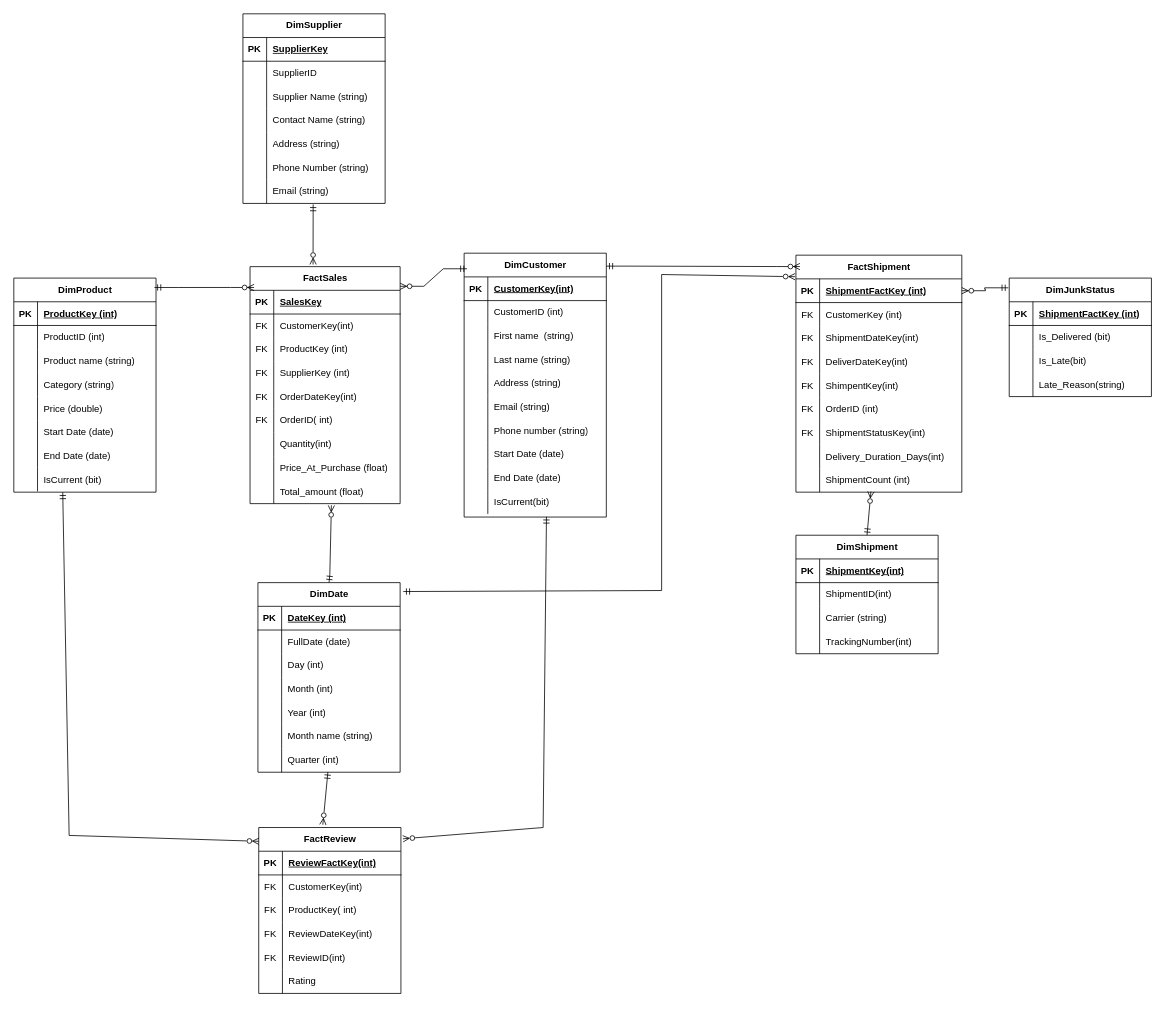
This is Dimension Model/DimensionModel.drawio from Abd-elrahman10/DWH-E-Commerce-Project, a draw.io file, before an edit. Source tidied: cells renumbered, new cells numbered last; positions are measured from the earlier drawing's top-left corner, leaving out a move shared by most shapes. Both pictures are drawn from the tidied source at 79%, with x=0, y=0 at pixel (13, 13).
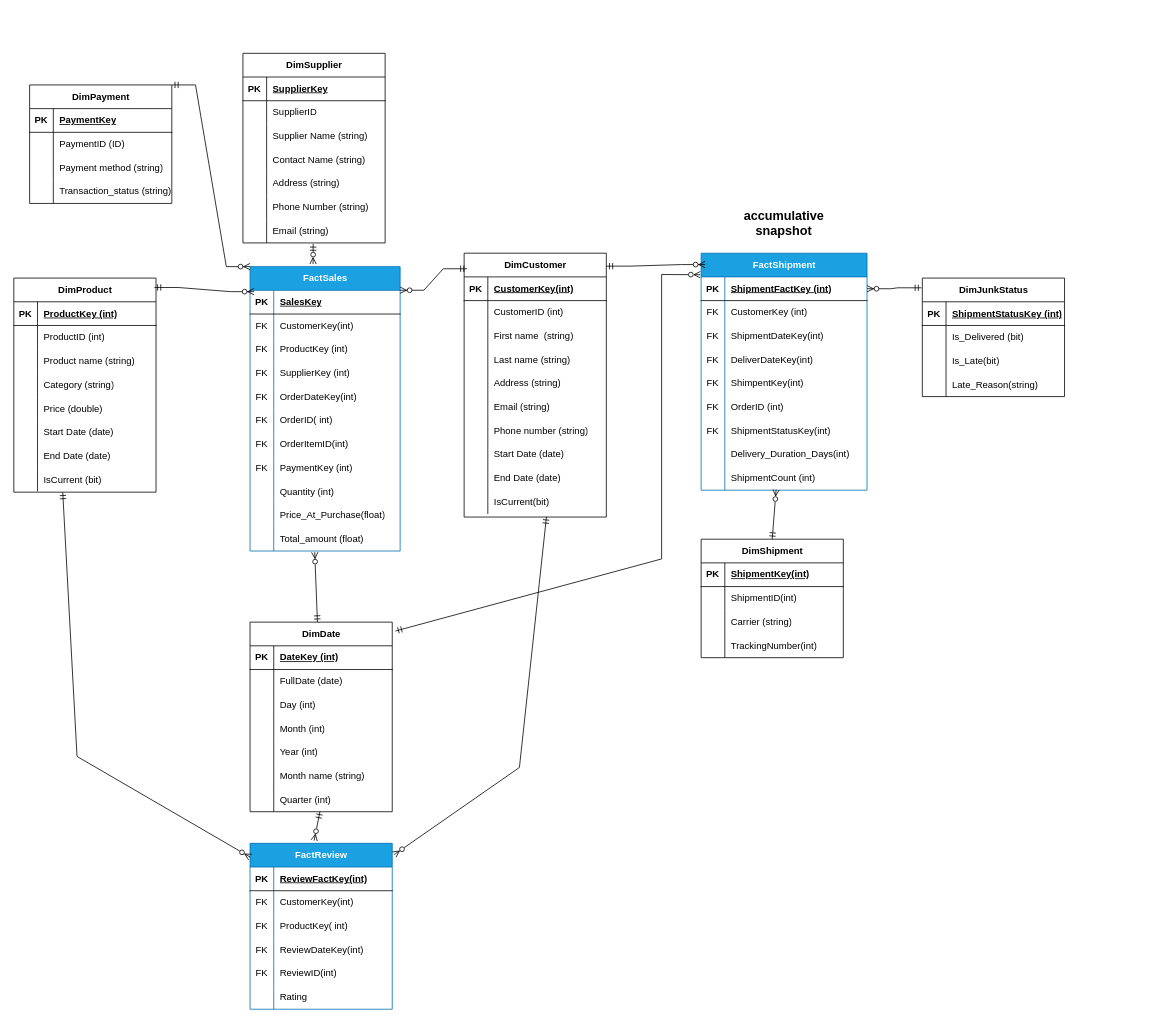
Above is the later version.

Commit message:
Updates the Star schema

Unchanged cells that the change refers to:
```xml
<mxCell id="18" style="shape=tableRow;horizontal=0;startSize=0;swimlaneHead=0;swimlaneBody=0;fillColor=none;top=0;left=0;right=0;bottom=0;" parent="2" vertex="1">
  <mxGeometry y="180" width="190" height="30" as="geometry" />
</mxCell>
<mxCell id="21" style="shape=tableRow;horizontal=0;startSize=0;swimlaneHead=0;swimlaneBody=0;fillColor=none;top=0;left=0;right=0;bottom=0;" parent="2" vertex="1">
  <mxGeometry y="210" width="190" height="30" as="geometry" />
</mxCell>
<mxCell id="24" style="shape=tableRow;horizontal=0;startSize=0;swimlaneHead=0;swimlaneBody=0;fillColor=none;top=0;left=0;right=0;bottom=0;" parent="2" vertex="1">
  <mxGeometry y="240" width="190" height="30" as="geometry" />
</mxCell>
<mxCell id="27" style="shape=tableRow;horizontal=0;startSize=0;swimlaneHead=0;swimlaneBody=0;fillColor=none;points=[[0,0.5],[1,0.5]];portConstraint=eastwest;top=0;left=0;right=0;bottom=0;" parent="2" vertex="1">
  <mxGeometry y="270" width="190" height="30" as="geometry" />
</mxCell>
<mxCell id="52" style="shape=tableRow;horizontal=0;startSize=0;swimlaneHead=0;swimlaneBody=0;fillColor=none;points=[[0,0.5],[1,0.5]];portConstraint=eastwest;top=0;left=0;right=0;bottom=0;" parent="30" vertex="1">
  <mxGeometry y="240" width="180" height="30" as="geometry" />
</mxCell>
<mxCell id="83" style="shape=tableRow;horizontal=0;startSize=0;swimlaneHead=0;swimlaneBody=0;fillColor=none;points=[[0,0.5],[1,0.5]];portConstraint=eastwest;top=0;left=0;right=0;bottom=0;" parent="55" vertex="1">
  <mxGeometry y="300" width="180" height="30" as="geometry" />
</mxCell>
<mxCell id="91" style="shape=tableRow;horizontal=0;startSize=0;swimlaneHead=0;swimlaneBody=0;fillColor=none;points=[[0,0.5],[1,0.5]];portConstraint=eastwest;top=0;left=0;right=0;bottom=1;" parent="90" vertex="1">
  <mxGeometry y="30" width="210" height="30" as="geometry" />
</mxCell>
<mxCell id="119" style="shape=tableRow;horizontal=0;startSize=0;swimlaneHead=0;swimlaneBody=0;fillColor=none;top=0;left=0;right=0;bottom=1;" parent="118" vertex="1">
  <mxGeometry y="30" width="180" height="30" as="geometry" />
</mxCell>
```

The edit, as a diff of the source:
```diff
@@
-    <mxCell id="2" value="FactSales" style="shape=table;startSize=30;childLayout=tableLayout;rowLines=0;fontStyle=1;align=center;html=1;" parent="1" vertex="1">
-      <mxGeometry x="299" y="320" width="190" height="300" as="geometry" />
+    <mxCell id="2" value="FactSales" style="shape=table;startSize=30;childLayout=tableLayout;rowLines=0;fontStyle=1;align=center;html=1;fillColor=#1ba1e2;fontColor=#ffffff;strokeColor=#006EAF;" parent="1" vertex="1">
+      <mxGeometry x="299" y="320" width="190" height="360" as="geometry" />
     </mxCell>
@@
-    <mxCell id="20" value="OrderID( int)" style="shape=partialRectangle;fillColor=none;top=0;left=0;bottom=0;right=0;align=left;spacingLeft=6;overflow=hidden;whiteSpace=wrap;html=1;" parent="18" vertex="1">
+    <mxCell id="20" value="OrderID( int)&amp;nbsp;" style="shape=partialRectangle;fillColor=none;top=0;left=0;bottom=0;right=0;align=left;spacingLeft=6;overflow=hidden;whiteSpace=wrap;html=1;" parent="18" vertex="1">
       <mxGeometry x="30" width="160" height="30" as="geometry" />
     </mxCell>
@@
-    <mxCell id="22" style="shape=partialRectangle;fillColor=none;top=0;left=0;bottom=0;right=0;overflow=hidden;whiteSpace=wrap;html=1;" parent="21" vertex="1">
+    <mxCell id="22" value="FK" style="shape=partialRectangle;fillColor=none;top=0;left=0;bottom=0;right=0;overflow=hidden;whiteSpace=wrap;html=1;" parent="21" vertex="1">
       <mxGeometry width="30" height="30" as="geometry" />
     </mxCell>
-    <mxCell id="23" value="Quantity(int)" style="shape=partialRectangle;fillColor=none;top=0;left=0;bottom=0;right=0;align=left;spacingLeft=6;overflow=hidden;whiteSpace=wrap;html=1;" parent="21" vertex="1">
+    <mxCell id="23" value="OrderItemID(int)" style="shape=partialRectangle;fillColor=none;top=0;left=0;bottom=0;right=0;align=left;spacingLeft=6;overflow=hidden;whiteSpace=wrap;html=1;" parent="21" vertex="1">
       <mxGeometry x="30" width="160" height="30" as="geometry" />
     </mxCell>
@@
-    <mxCell id="25" style="shape=partialRectangle;fillColor=none;top=0;left=0;bottom=0;right=0;overflow=hidden;whiteSpace=wrap;html=1;" parent="24" vertex="1">
+    <mxCell id="25" value="FK" style="shape=partialRectangle;fillColor=none;top=0;left=0;bottom=0;right=0;overflow=hidden;whiteSpace=wrap;html=1;" parent="24" vertex="1">
       <mxGeometry width="30" height="30" as="geometry" />
     </mxCell>
-    <mxCell id="26" value="Price_At_Purchase (float)" style="shape=partialRectangle;fillColor=none;top=0;left=0;bottom=0;right=0;align=left;spacingLeft=6;overflow=hidden;whiteSpace=wrap;html=1;" parent="24" vertex="1">
+    <mxCell id="26" value="PaymentKey (int)" style="shape=partialRectangle;fillColor=none;top=0;left=0;bottom=0;right=0;align=left;spacingLeft=6;overflow=hidden;whiteSpace=wrap;html=1;" parent="24" vertex="1">
       <mxGeometry x="30" width="160" height="30" as="geometry" />
     </mxCell>
@@
-    <mxCell id="29" value="Total_amount (float)" style="shape=partialRectangle;fillColor=none;top=0;left=0;bottom=0;right=0;align=left;spacingLeft=6;overflow=hidden;whiteSpace=wrap;html=1;" parent="27" vertex="1">
+    <mxCell id="29" value="Quantity (int)" style="shape=partialRectangle;fillColor=none;top=0;left=0;bottom=0;right=0;align=left;spacingLeft=6;overflow=hidden;whiteSpace=wrap;html=1;" parent="27" vertex="1">
       <mxGeometry x="30" width="160" height="30" as="geometry" />
     </mxCell>
+    <mxCell id="214" style="shape=tableRow;horizontal=0;startSize=0;swimlaneHead=0;swimlaneBody=0;fillColor=none;top=0;left=0;right=0;bottom=0;" parent="2" vertex="1">
+      <mxGeometry y="300" width="190" height="30" as="geometry" />
+    </mxCell>
+    <mxCell id="215" style="shape=partialRectangle;fillColor=none;top=0;left=0;bottom=0;right=0;overflow=hidden;whiteSpace=wrap;html=1;" parent="214" vertex="1">
+      <mxGeometry width="30" height="30" as="geometry" />
+    </mxCell>
+    <mxCell id="216" value="Price_At_Purchase(float)" style="shape=partialRectangle;fillColor=none;top=0;left=0;bottom=0;right=0;align=left;spacingLeft=6;overflow=hidden;whiteSpace=wrap;html=1;" parent="214" vertex="1">
+      <mxGeometry x="30" width="160" height="30" as="geometry" />
+    </mxCell>
+    <mxCell id="217" style="shape=tableRow;horizontal=0;startSize=0;swimlaneHead=0;swimlaneBody=0;fillColor=none;points=[[0,0.5],[1,0.5]];portConstraint=eastwest;top=0;left=0;right=0;bottom=0;" parent="2" vertex="1">
+      <mxGeometry y="330" width="190" height="30" as="geometry" />
+    </mxCell>
+    <mxCell id="218" style="shape=partialRectangle;fillColor=none;top=0;left=0;bottom=0;right=0;overflow=hidden;whiteSpace=wrap;html=1;" parent="217" vertex="1">
+      <mxGeometry width="30" height="30" as="geometry" />
+    </mxCell>
+    <mxCell id="219" value="Total_amount (float)" style="shape=partialRectangle;fillColor=none;top=0;left=0;bottom=0;right=0;align=left;spacingLeft=6;overflow=hidden;whiteSpace=wrap;html=1;" parent="217" vertex="1">
+      <mxGeometry x="30" width="160" height="30" as="geometry" />
+    </mxCell>
@@
-    <mxCell id="89" style="endArrow=ERzeroToMany;html=1;rounded=0;startArrow=ERmandOne;startFill=0;endFill=0;entryX=0.542;entryY=1.073;entryDx=0;entryDy=0;entryPerimeter=0;exitX=0.5;exitY=0;exitDx=0;exitDy=0;" parent="1" edge="1" source="147" target="27">
-      <mxGeometry relative="1" as="geometry">
-        <Array as="points">
-          <mxPoint x="400" y="710" />
-        </Array>
-      </mxGeometry>
-    </mxCell>
-    <mxCell id="90" value="FactShipment" style="shape=table;startSize=30;childLayout=tableLayout;rowLines=0;fontStyle=1;align=center;html=1;" parent="1" vertex="1">
-      <mxGeometry x="990" y="305.5" width="210" height="300" as="geometry" />
+    <mxCell id="90" value="FactShipment" style="shape=table;startSize=30;childLayout=tableLayout;rowLines=0;fontStyle=1;align=center;html=1;fillColor=#1ba1e2;fontColor=#ffffff;strokeColor=#006EAF;" parent="1" vertex="1">
+      <mxGeometry x="870" y="303" width="210" height="300" as="geometry" />
     </mxCell>
@@
     <mxCell id="118" value="DimJunkStatus" style="shape=table;startSize=30;childLayout=tableLayout;rowLines=0;fontStyle=1;align=center;html=1;" parent="1" vertex="1">
-      <mxGeometry x="1260" y="334.5" width="180" height="150" as="geometry" />
+      <mxGeometry x="1150" y="334.5" width="180" height="150" as="geometry" />
     </mxCell>
@@
-    <mxCell id="121" value="ShipmentFactKey (int)" style="shape=partialRectangle;fillColor=none;top=0;left=0;bottom=0;right=0;align=left;spacingLeft=6;fontStyle=5;overflow=hidden;whiteSpace=wrap;html=1;" parent="119" vertex="1">
+    <mxCell id="121" value="ShipmentStatusKey (int)" style="shape=partialRectangle;fillColor=none;top=0;left=0;bottom=0;right=0;align=left;spacingLeft=6;fontStyle=5;overflow=hidden;whiteSpace=wrap;html=1;" parent="119" vertex="1">
       <mxGeometry x="30" width="150" height="30" as="geometry" />
     </mxCell>
@@
     <mxCell id="132" value="DimShipment" style="shape=table;startSize=30;childLayout=tableLayout;rowLines=0;fontStyle=1;align=center;html=1;" parent="1" vertex="1">
-      <mxGeometry x="990" y="660" width="180" height="150" as="geometry" />
+      <mxGeometry x="870" y="665" width="180" height="150" as="geometry" />
     </mxCell>
@@
     <mxCell id="147" value="DimDate" style="shape=table;startSize=30;childLayout=tableLayout;rowLines=0;fontStyle=1;align=center;html=1;" parent="1" vertex="1">
-      <mxGeometry x="309" y="720" width="180" height="240" as="geometry" />
+      <mxGeometry x="299" y="770" width="180" height="240" as="geometry" />
     </mxCell>
@@
     <mxCell id="169" value="DimSupplier" style="shape=table;startSize=30;childLayout=tableLayout;rowLines=0;fontStyle=1;align=center;html=1;" parent="1" vertex="1">
-      <mxGeometry x="290" width="180" height="240" as="geometry" />
+      <mxGeometry x="290" y="50" width="180" height="240" as="geometry" />
     </mxCell>
@@
     <mxCell id="191" style="endArrow=ERzeroToMany;html=1;rounded=0;startArrow=ERmandOne;startFill=0;endFill=0;entryX=-0.005;entryY=-0.092;entryDx=0;entryDy=0;entryPerimeter=0;exitX=1.022;exitY=0.047;exitDx=0;exitDy=0;exitPerimeter=0;" parent="1" edge="1" source="147" target="91">
       <mxGeometry relative="1" as="geometry">
         <Array as="points">
-          <mxPoint x="820" y="730" />
+          <mxPoint x="820" y="690" />
           <mxPoint x="820" y="330" />
         </Array>
       </mxGeometry>
     </mxCell>
-    <mxCell id="192" value="FactReview" style="shape=table;startSize=30;childLayout=tableLayout;rowLines=0;fontStyle=1;align=center;html=1;" parent="1" vertex="1">
-      <mxGeometry x="310" y="1030" width="180" height="210" as="geometry" />
+    <mxCell id="192" value="FactReview" style="shape=table;startSize=30;childLayout=tableLayout;rowLines=0;fontStyle=1;align=center;html=1;fillColor=#1ba1e2;fontColor=#ffffff;strokeColor=#006EAF;" parent="1" vertex="1">
+      <mxGeometry x="299" y="1050" width="180" height="210" as="geometry" />
     </mxCell>
@@
     <mxCell id="211" style="endArrow=ERzeroToMany;html=1;rounded=0;startArrow=ERmandOne;startFill=0;endFill=0;entryX=1.014;entryY=0.068;entryDx=0;entryDy=0;entryPerimeter=0;exitX=0.579;exitY=1.122;exitDx=0;exitDy=0;exitPerimeter=0;" parent="1" edge="1" source="83" target="192">
       <mxGeometry relative="1" as="geometry">
         <Array as="points">
-          <mxPoint x="670" y="1030" />
+          <mxPoint x="640" y="954" />
         </Array>
       </mxGeometry>
     </mxCell>
     <mxCell id="212" style="endArrow=ERzeroToMany;html=1;rounded=0;startArrow=ERmandOne;startFill=0;endFill=0;entryX=0.001;entryY=0.083;entryDx=0;entryDy=0;entryPerimeter=0;exitX=0.344;exitY=1.041;exitDx=0;exitDy=0;exitPerimeter=0;" parent="1" edge="1" source="52" target="192">
       <mxGeometry relative="1" as="geometry">
         <Array as="points">
-          <mxPoint x="70" y="1040" />
+          <mxPoint x="80" y="940" />
         </Array>
       </mxGeometry>
     </mxCell>
@@
+    <mxCell id="220" value="DimPayment" style="shape=table;startSize=30;childLayout=tableLayout;rowLines=0;fontStyle=1;align=center;html=1;" parent="1" vertex="1">
+      <mxGeometry x="20" y="90" width="180" height="150" as="geometry" />
+    </mxCell>
+    <mxCell id="221" style="shape=tableRow;horizontal=0;startSize=0;swimlaneHead=0;swimlaneBody=0;fillColor=none;top=0;left=0;right=0;bottom=1;" parent="220" vertex="1">
+      <mxGeometry y="30" width="180" height="30" as="geometry" />
+    </mxCell>
+    <mxCell id="222" value="PK" style="shape=partialRectangle;fillColor=none;top=0;left=0;bottom=0;right=0;fontStyle=1;overflow=hidden;whiteSpace=wrap;html=1;" parent="221" vertex="1">
+      <mxGeometry width="30" height="30" as="geometry" />
+    </mxCell>
+    <mxCell id="223" value="PaymentKey" style="shape=partialRectangle;fillColor=none;top=0;left=0;bottom=0;right=0;align=left;spacingLeft=6;fontStyle=5;overflow=hidden;whiteSpace=wrap;html=1;" parent="221" vertex="1">
+      <mxGeometry x="30" width="150" height="30" as="geometry" />
+    </mxCell>
+    <mxCell id="224" style="shape=tableRow;horizontal=0;startSize=0;swimlaneHead=0;swimlaneBody=0;fillColor=none;top=0;left=0;right=0;bottom=0;" parent="220" vertex="1">
+      <mxGeometry y="60" width="180" height="30" as="geometry" />
+    </mxCell>
+    <mxCell id="225" style="shape=partialRectangle;fillColor=none;top=0;left=0;bottom=0;right=0;overflow=hidden;whiteSpace=wrap;html=1;" parent="224" vertex="1">
+      <mxGeometry width="30" height="30" as="geometry" />
+    </mxCell>
+    <mxCell id="226" value="PaymentID (ID&lt;span style=&quot;background-color: transparent; color: light-dark(rgb(0, 0, 0), rgb(255, 255, 255));&quot;&gt;)&lt;/span&gt;" style="shape=partialRectangle;fillColor=none;top=0;left=0;bottom=0;right=0;align=left;spacingLeft=6;overflow=hidden;whiteSpace=wrap;html=1;" parent="224" vertex="1">
+      <mxGeometry x="30" width="150" height="30" as="geometry" />
+    </mxCell>
+    <mxCell id="227" style="shape=tableRow;horizontal=0;startSize=0;swimlaneHead=0;swimlaneBody=0;fillColor=none;top=0;left=0;right=0;bottom=0;" parent="220" vertex="1">
+      <mxGeometry y="90" width="180" height="30" as="geometry" />
+    </mxCell>
+    <mxCell id="228" style="shape=partialRectangle;fillColor=none;top=0;left=0;bottom=0;right=0;overflow=hidden;whiteSpace=wrap;html=1;" parent="227" vertex="1">
+      <mxGeometry width="30" height="30" as="geometry" />
+    </mxCell>
+    <mxCell id="229" value="Payment method (string)" style="shape=partialRectangle;fillColor=none;top=0;left=0;bottom=0;right=0;align=left;spacingLeft=6;overflow=hidden;whiteSpace=wrap;html=1;" parent="227" vertex="1">
+      <mxGeometry x="30" width="150" height="30" as="geometry" />
+    </mxCell>
+    <mxCell id="230" style="shape=tableRow;horizontal=0;startSize=0;swimlaneHead=0;swimlaneBody=0;fillColor=none;top=0;left=0;right=0;bottom=0;" parent="220" vertex="1">
+      <mxGeometry y="120" width="180" height="30" as="geometry" />
+    </mxCell>
+    <mxCell id="231" style="shape=partialRectangle;fillColor=none;top=0;left=0;bottom=0;right=0;overflow=hidden;whiteSpace=wrap;html=1;" parent="230" vertex="1">
+      <mxGeometry width="30" height="30" as="geometry" />
+    </mxCell>
+    <mxCell id="232" value="Transaction_status (string)" style="shape=partialRectangle;fillColor=none;top=0;left=0;bottom=0;right=0;align=left;spacingLeft=6;overflow=hidden;whiteSpace=wrap;html=1;" parent="230" vertex="1">
+      <mxGeometry x="30" width="150" height="30" as="geometry" />
+    </mxCell>
+    <mxCell id="233" style="edgeStyle=entityRelationEdgeStyle;fontSize=12;html=1;endArrow=ERzeroToMany;startArrow=ERmandOne;rounded=0;entryX=0;entryY=0;entryDx=0;entryDy=0;exitX=1;exitY=0;exitDx=0;exitDy=0;" parent="1" edge="1" source="220" target="2">
+      <mxGeometry relative="1" as="geometry" />
+    </mxCell>
+    <mxCell id="234" style="endArrow=ERmandOne;html=1;rounded=0;exitX=0.431;exitY=1.049;exitDx=0;exitDy=0;exitPerimeter=0;endFill=0;startArrow=ERzeroToMany;startFill=0;" parent="1" edge="1" source="217" target="147">
+      <mxGeometry relative="1" as="geometry" />
+    </mxCell>
+    <mxCell id="235" value="&lt;font style=&quot;font-size: 16px;&quot;&gt;&lt;b style=&quot;background-color: light-dark(#ffffff, var(--ge-dark-color, #121212));&quot;&gt;accumulative snapshot&lt;/b&gt;&lt;/font&gt;" style="text;html=1;whiteSpace=wrap;strokeColor=none;fillColor=none;align=center;verticalAlign=middle;rounded=0;strokeWidth=9;" parent="1" vertex="1">
+      <mxGeometry x="945" y="250" width="60" height="30" as="geometry" />
+    </mxCell>
```
